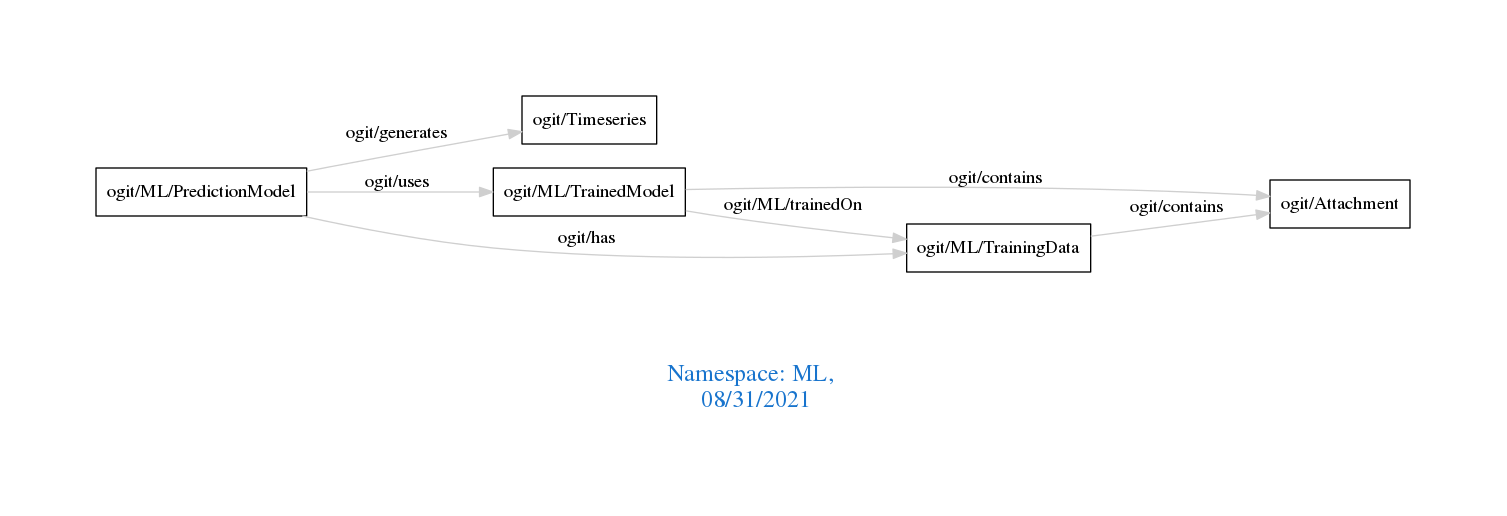
Before: downloads/ML.png, a diagram exported from Graphviz (arago/OGIT). Its source is kept beside it as downloads/ML.dot.
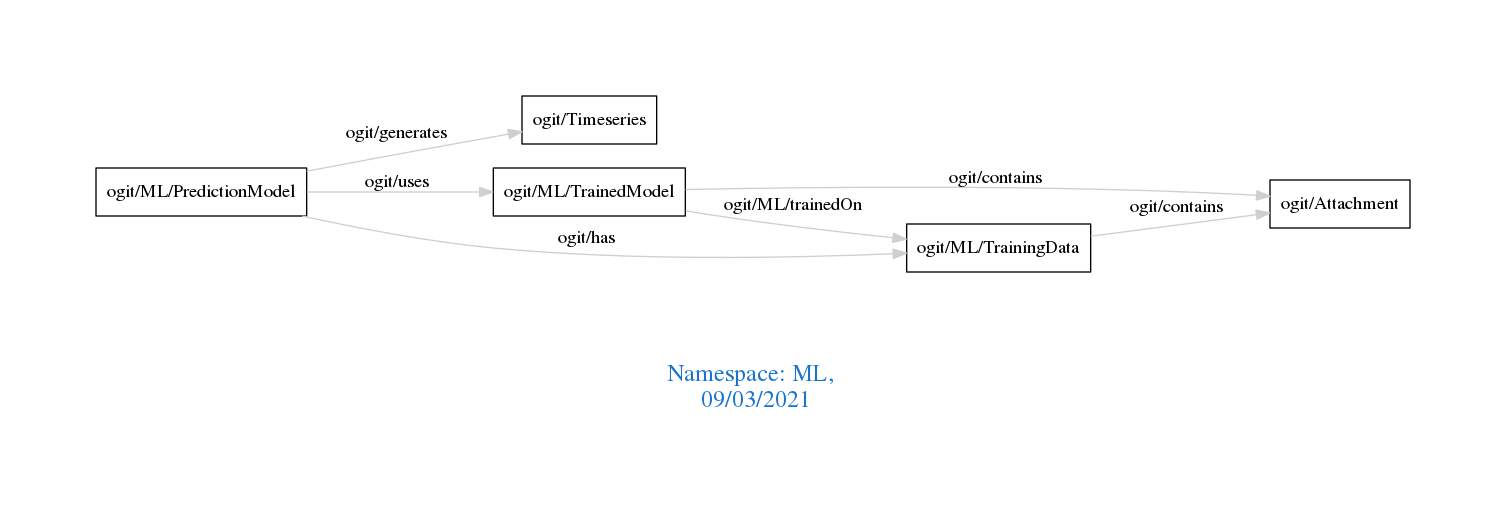
After the change.

Change to the diagram source:
```diff
@@ -1,7 +1,7 @@
 digraph OGIT_ontology {
  graph [ rankdir= LR,pad=1
 fontsize = 18,
-fontcolor= dodgerblue3,label = "\n\n\nNamespace: ML, \n 08/31/2021"];
+fontcolor= dodgerblue3,label = "\n\n\nNamespace: ML, \n 09/03/2021"];
 node[shape=polygon];
 edge [  color="gray81"];
 
```
